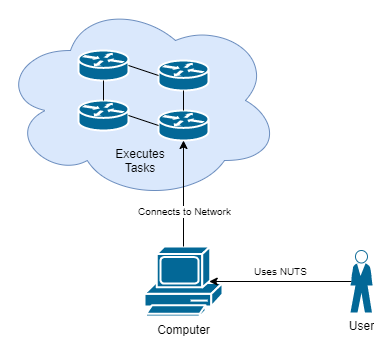
Above: Dokumentation/99_Vorlagen/Bilder/SystemUebersicht.png in EkoGuandor229/Network-Unit-Testing (draw.io), before the change. Source tidied: cells renumbered, new cells last; positions are measured from the earlier drawing's top-left corner, leaving out a move shared by most shapes.
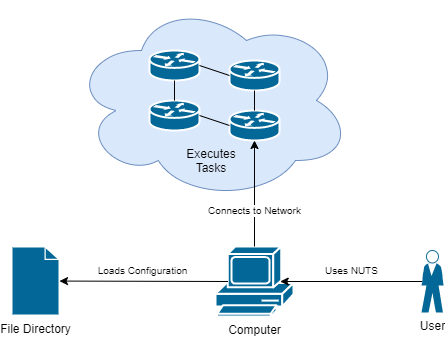
Later version of the same file.

Diff of the diagram source:
```diff
@@ -54,5 +54,16 @@
     <mxCell id="17" value="Executes Tasks" style="text;html=1;strokeColor=none;fillColor=none;align=center;verticalAlign=middle;whiteSpace=wrap;rounded=0;" parent="1" vertex="1">
       <mxGeometry x="120" y="150" width="40" height="20" as="geometry" />
     </mxCell>
+    <mxCell id="18" value="File Directory" style="shape=mxgraph.cisco.misc.page_icon;html=1;dashed=0;fillColor=#036897;strokeColor=#ffffff;strokeWidth=2;verticalLabelPosition=bottom;verticalAlign=top;align=center;outlineConnect=0;" parent="1" vertex="1">
+      <mxGeometry x="-60" y="246" width="48" height="69" as="geometry" />
+    </mxCell>
+    <mxCell id="19" style="endArrow=none;html=1;startArrow=classic;startFill=1;entryX=0.16;entryY=0.5;entryDx=0;entryDy=0;entryPerimeter=0;" parent="1" edge="1" source="18" target="4">
+      <mxGeometry relative="1" as="geometry" />
+    </mxCell>
+    <mxCell id="20" value="Loads Configuration" style="text;html=1;align=center;verticalAlign=middle;labelBackgroundColor=#ffffff;fontSize=10;" parent="19" vertex="1">
+      <mxGeometry x="-0.14" y="2" relative="1" as="geometry">
+        <mxPoint x="10.1" y="-9" as="offset" />
+      </mxGeometry>
+    </mxCell>
   </root>
 </mxGraphModel>
```
